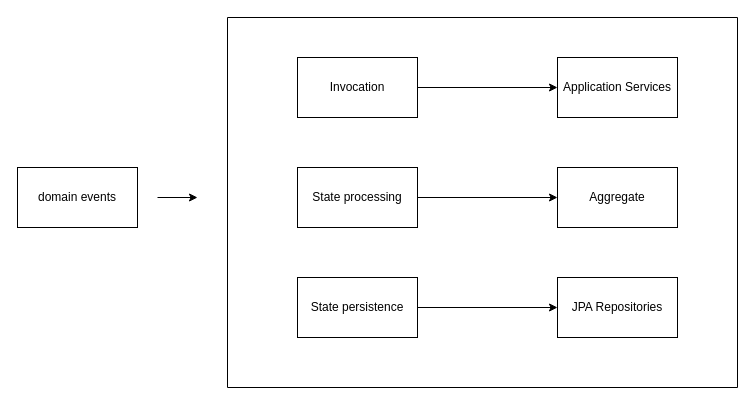
The draw.io diagram spring-boot/domain_events_implementation_summary.drawio in fusionswap/graphs, before the edit. Source tidied: cells renumbered, new cells numbered last; positions are measured from the earlier drawing's top-left corner, leaving out a move shared by most shapes. Both pictures are drawn from the tidied source at 100%, with x=0, y=0 at pixel (17, 17).
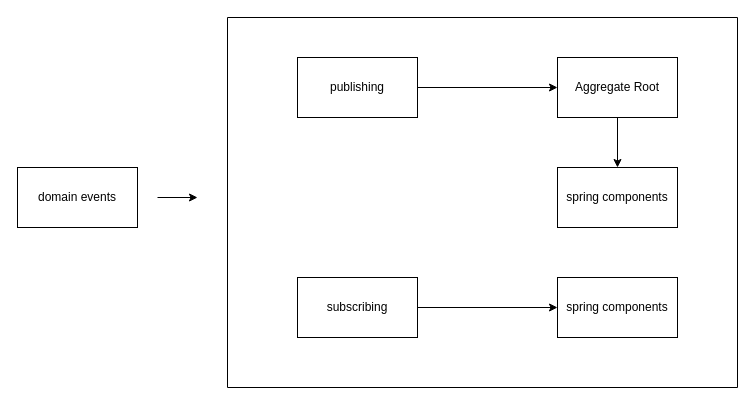
Above is the later version.

The edit, as a diff of the source:
```diff
@@
 <mxGraphModel>
   <root>
     <mxCell id="0" />
     <mxCell id="1" parent="0" />
+    <mxCell id="12" style="verticalLabelPosition=bottom;verticalAlign=top;html=1;shape=mxgraph.basic.rect;fillColor=none;fillColor2=none;strokeColor=#000000;strokeWidth=1;size=20;indent=5;" parent="1" vertex="1">
+      <mxGeometry x="210" width="510" height="370" as="geometry" />
+    </mxCell>
     <mxCell id="2" value="domain events" style="rounded=0;whiteSpace=wrap;html=1;" parent="1" vertex="1">
       <mxGeometry y="150" width="120" height="60" as="geometry" />
     </mxCell>
-    <mxCell id="3" value="Invocation" style="rounded=0;whiteSpace=wrap;html=1;" parent="1" vertex="1">
+    <mxCell id="3" value="publishing" style="rounded=0;whiteSpace=wrap;html=1;" parent="1" vertex="1">
       <mxGeometry x="280" y="40" width="120" height="60" as="geometry" />
     </mxCell>
-    <mxCell id="4" value="State processing" style="rounded=0;whiteSpace=wrap;html=1;" parent="1" vertex="1">
-      <mxGeometry x="280" y="150" width="120" height="60" as="geometry" />
-    </mxCell>
-    <mxCell id="5" value="State persistence" style="rounded=0;whiteSpace=wrap;html=1;" parent="1" vertex="1">
+    <mxCell id="5" value="subscribing" style="rounded=0;whiteSpace=wrap;html=1;" parent="1" vertex="1">
       <mxGeometry x="280" y="260" width="120" height="60" as="geometry" />
     </mxCell>
-    <mxCell id="6" value="Application Services" style="rounded=0;whiteSpace=wrap;html=1;" parent="1" vertex="1">
+    <mxCell id="6" value="Aggregate Root" style="rounded=0;whiteSpace=wrap;html=1;" parent="1" vertex="1">
       <mxGeometry x="540" y="40" width="120" height="60" as="geometry" />
     </mxCell>
-    <mxCell id="7" value="Aggregate" style="rounded=0;whiteSpace=wrap;html=1;" parent="1" vertex="1">
+    <mxCell id="7" value="spring components" style="rounded=0;whiteSpace=wrap;html=1;" parent="1" vertex="1">
       <mxGeometry x="540" y="150" width="120" height="60" as="geometry" />
     </mxCell>
-    <mxCell id="8" value="JPA Repositories" style="rounded=0;whiteSpace=wrap;html=1;" parent="1" vertex="1">
+    <mxCell id="8" value="spring components" style="rounded=0;whiteSpace=wrap;html=1;" parent="1" vertex="1">
       <mxGeometry x="540" y="260" width="120" height="60" as="geometry" />
     </mxCell>
     <mxCell id="9" style="endArrow=classic;html=1;entryX=0;entryY=0.5;entryDx=0;entryDy=0;" parent="1" edge="1" source="3" target="6">
       <mxGeometry relative="1" as="geometry" />
     </mxCell>
-    <mxCell id="10" style="endArrow=classic;html=1;entryX=0;entryY=0.5;entryDx=0;entryDy=0;" parent="1" edge="1">
-      <mxGeometry relative="1" as="geometry">
-        <mxPoint x="400" y="180" as="sourcePoint" />
-        <mxPoint x="540" y="180" as="targetPoint" />
-      </mxGeometry>
+    <mxCell id="10" style="endArrow=classic;html=1;entryX=0.5;entryY=0;entryDx=0;entryDy=0;exitX=0.5;exitY=1;exitDx=0;exitDy=0;" parent="1" edge="1" source="6" target="7">
+      <mxGeometry relative="1" as="geometry" />
     </mxCell>
     <mxCell id="11" style="endArrow=classic;html=1;entryX=0;entryY=0.5;entryDx=0;entryDy=0;" parent="1" edge="1">
       <mxGeometry relative="1" as="geometry">
         <mxPoint x="400" y="290" as="sourcePoint" />
         <mxPoint x="540" y="290" as="targetPoint" />
       </mxGeometry>
     </mxCell>
-    <mxCell id="12" style="verticalLabelPosition=bottom;verticalAlign=top;html=1;shape=mxgraph.basic.rect;fillColor=none;fillColor2=none;strokeColor=#000000;strokeWidth=1;size=20;indent=5;" parent="1" vertex="1">
-      <mxGeometry x="210" width="510" height="370" as="geometry" />
-    </mxCell>
     <mxCell id="13" style="endArrow=classic;html=1;" parent="1" edge="1">
       <mxGeometry relative="1" as="geometry">
         <mxPoint x="140" y="180" as="sourcePoint" />
         <mxPoint x="180" y="180" as="targetPoint" />
       </mxGeometry>
     </mxCell>
   </root>
 </mxGraphModel>
```
